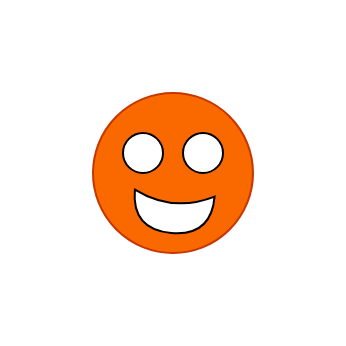
Above: page "orange" (3 of 5) of src/avatar/images/avatar.drawio in pmwcs/pmwcs (draw.io), before the change. Source tidied: cells renumbered, new cells numbered last; positions are measured from the earlier drawing's top-left corner, leaving out a move shared by most shapes. Both pictures are drawn from the tidied source at 200%, with x=0, y=0 at pixel (92, 92).
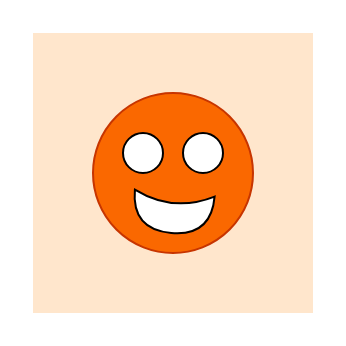
The same diagram, later.

The edit, as a diff of the source:
```diff
@@
 <mxGraphModel>
   <root>
     <mxCell id="0" />
     <mxCell id="1" parent="0" />
+    <mxCell id="6" style="whiteSpace=wrap;html=1;strokeColor=none;fillColor=#FFE6CC;" parent="1" vertex="1">
+      <mxGeometry x="-30" y="-30" width="140" height="140" as="geometry" />
+    </mxCell>
     <mxCell id="2" style="ellipse;whiteSpace=wrap;html=1;fillColor=#fa6800;strokeColor=#C73500;fontColor=#ffffff;" parent="1" vertex="1">
       <mxGeometry width="80" height="80" as="geometry" />
     </mxCell>
     <mxCell id="3" style="ellipse;whiteSpace=wrap;html=1;" parent="1" vertex="1">
       <mxGeometry x="15" y="20" width="20" height="20" as="geometry" />
     </mxCell>
     <mxCell id="4" style="ellipse;whiteSpace=wrap;html=1;" parent="1" vertex="1">
       <mxGeometry x="45" y="20" width="20" height="20" as="geometry" />
     </mxCell>
     <mxCell id="5" style="shape=xor;whiteSpace=wrap;html=1;rotation=95;" parent="1" vertex="1">
       <mxGeometry x="30" y="40" width="20" height="40" as="geometry" />
     </mxCell>
   </root>
 </mxGraphModel>
```
